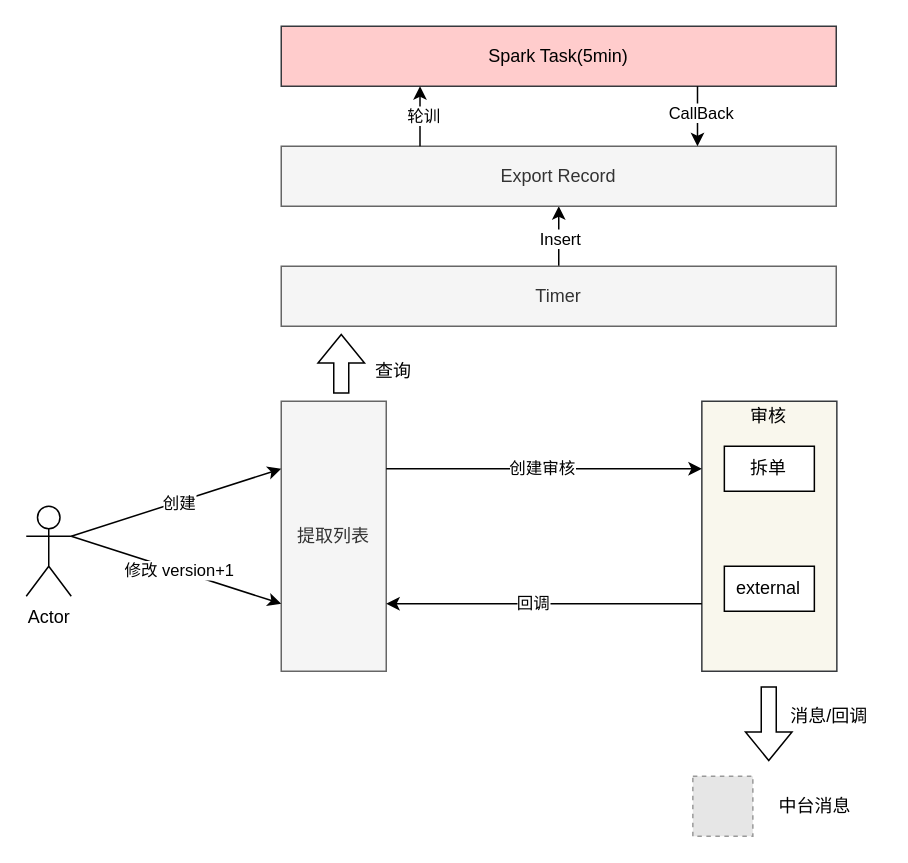
The draw.io diagram feature_export.drawio in learn2Pro/draw_io_save, before the edit. Source tidied: cells renumbered, new cells numbered last; positions are measured from the earlier drawing's top-left corner, leaving out a move shared by most shapes. Both pictures are drawn from the tidied source at 150%, with x=0, y=0 at pixel (26, 26). Pictures stored in the file or linked from it are replaced by grey dashed boxes.
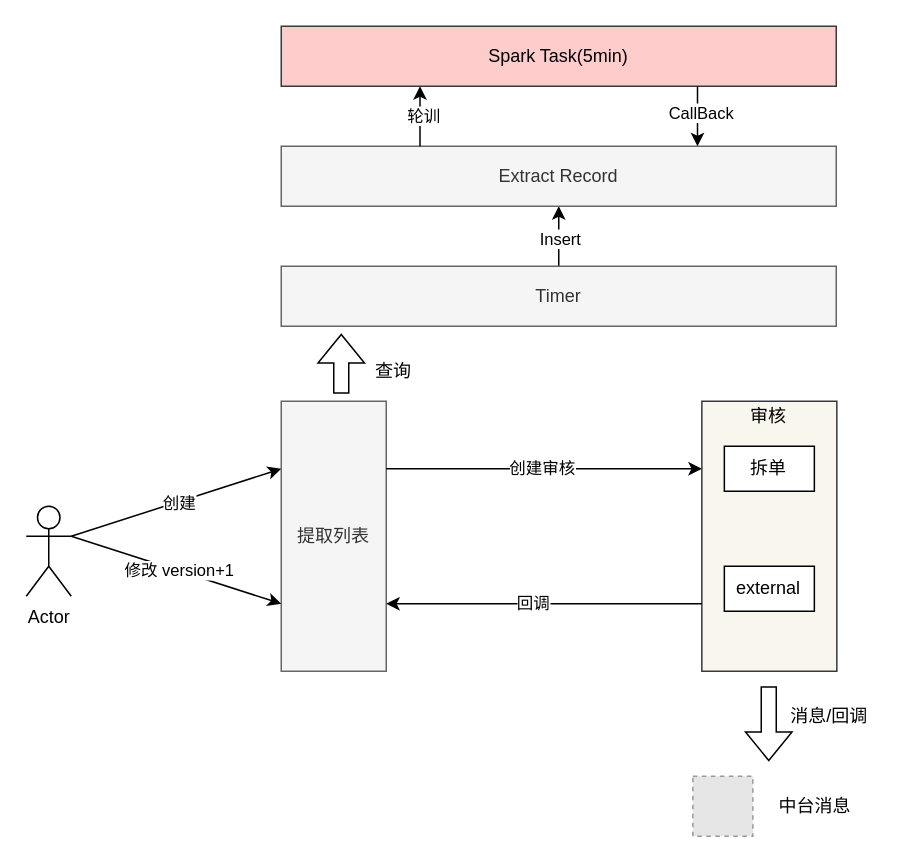
After the change.

Diff of the diagram source:
```diff
@@
-    <mxCell id="24" value="Export Record" style="rounded=0;whiteSpace=wrap;html=1;fillColor=#f5f5f5;strokeColor=#666666;fontColor=#333333;" parent="1" vertex="1">
+    <mxCell id="24" value="Extract Record" style="rounded=0;whiteSpace=wrap;html=1;fillColor=#f5f5f5;strokeColor=#666666;fontColor=#333333;" parent="1" vertex="1">
       <mxGeometry x="170" y="80" width="370" height="40" as="geometry" />
     </mxCell>
```
